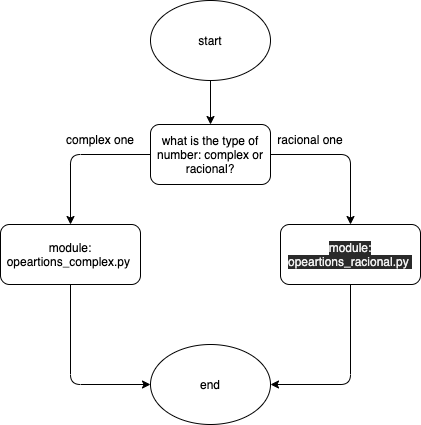
The draw.io diagram scheme_chooseTheType.png in misha1potapenko/PythonCalculator, before a commit. Source tidied: cells renumbered, new cells last; positions are measured from the earlier drawing's top-left corner, leaving out a move shared by most shapes. The source it was exported from:
```xml
<mxGraphModel background="#ffffff">
  <root>
    <mxCell id="0" />
    <mxCell id="1" parent="0" />
    <mxCell id="2" style="edgeStyle=none;html=1;" parent="1" edge="1" source="3" target="6">
      <mxGeometry relative="1" as="geometry" />
    </mxCell>
    <mxCell id="3" value="start" style="ellipse;whiteSpace=wrap;html=1;" parent="1" vertex="1">
      <mxGeometry x="150" width="120" height="80" as="geometry" />
    </mxCell>
    <mxCell id="4" style="edgeStyle=none;html=1;entryX=0.5;entryY=0;entryDx=0;entryDy=0;exitX=1;exitY=0.5;exitDx=0;exitDy=0;" parent="1" edge="1" source="6" target="8">
      <mxGeometry relative="1" as="geometry">
        <Array as="points">
          <mxPoint x="350" y="154" />
        </Array>
      </mxGeometry>
    </mxCell>
    <mxCell id="5" style="edgeStyle=none;html=1;entryX=0.5;entryY=0;entryDx=0;entryDy=0;exitX=0;exitY=0.5;exitDx=0;exitDy=0;" parent="1" edge="1" source="6" target="10">
      <mxGeometry relative="1" as="geometry">
        <Array as="points">
          <mxPoint x="70" y="154" />
        </Array>
      </mxGeometry>
    </mxCell>
    <mxCell id="6" value="what is the type of number: complex or racional?" style="rounded=1;whiteSpace=wrap;html=1;" parent="1" vertex="1">
      <mxGeometry x="150" y="124" width="120" height="60" as="geometry" />
    </mxCell>
    <mxCell id="7" style="edgeStyle=none;html=1;entryX=1;entryY=0.5;entryDx=0;entryDy=0;" parent="1" edge="1" source="8" target="13">
      <mxGeometry relative="1" as="geometry">
        <Array as="points">
          <mxPoint x="350" y="384" />
        </Array>
      </mxGeometry>
    </mxCell>
    <mxCell id="8" value="&lt;span style=&quot;color: rgb(240 , 240 , 240) ; font-family: &amp;#34;helvetica&amp;#34; ; font-size: 12px ; font-style: normal ; font-weight: 400 ; letter-spacing: normal ; text-align: center ; text-indent: 0px ; text-transform: none ; word-spacing: 0px ; background-color: rgb(42 , 42 , 42) ; display: inline ; float: none&quot;&gt;module: opeartions_racional.py&amp;nbsp;&lt;/span&gt;" style="rounded=1;whiteSpace=wrap;html=1;fontStyle=1;" parent="1" vertex="1">
      <mxGeometry x="280" y="224" width="140" height="60" as="geometry" />
    </mxCell>
    <mxCell id="9" style="edgeStyle=none;html=1;entryX=0;entryY=0.5;entryDx=0;entryDy=0;" parent="1" edge="1" source="10" target="13">
      <mxGeometry relative="1" as="geometry">
        <Array as="points">
          <mxPoint x="70" y="384" />
        </Array>
      </mxGeometry>
    </mxCell>
    <mxCell id="10" value="module: opeartions_complex.py&amp;nbsp;" style="rounded=1;whiteSpace=wrap;html=1;" parent="1" vertex="1">
      <mxGeometry y="224" width="140" height="60" as="geometry" />
    </mxCell>
    <mxCell id="11" value="racional one" style="text;html=1;strokeColor=none;fillColor=none;align=center;verticalAlign=middle;whiteSpace=wrap;rounded=0;" parent="1" vertex="1">
      <mxGeometry x="270" y="124" width="80" height="30" as="geometry" />
    </mxCell>
    <mxCell id="12" value="complex one" style="text;html=1;strokeColor=none;fillColor=none;align=center;verticalAlign=middle;whiteSpace=wrap;rounded=0;" parent="1" vertex="1">
      <mxGeometry x="60" y="124" width="80" height="30" as="geometry" />
    </mxCell>
    <mxCell id="13" value="end" style="ellipse;whiteSpace=wrap;html=1;" parent="1" vertex="1">
      <mxGeometry x="150" y="344" width="120" height="80" as="geometry" />
    </mxCell>
  </root>
</mxGraphModel>
```
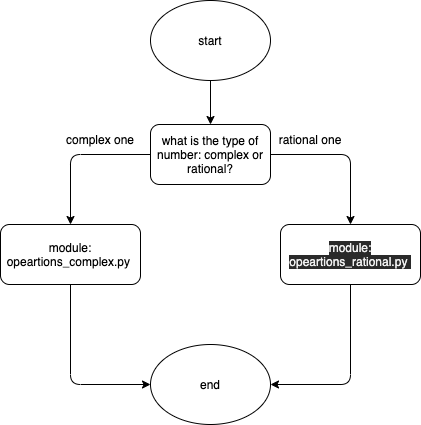
The same file after the commit.

Commit message:
change the one scheme and the title

What changed in the source:
```diff
@@ -22,7 +22,7 @@
         </Array>
       </mxGeometry>
     </mxCell>
-    <mxCell id="6" value="what is the type of number: complex or racional?" style="rounded=1;whiteSpace=wrap;html=1;" parent="1" vertex="1">
+    <mxCell id="6" value="what is the type of number: complex or rational?" style="rounded=1;whiteSpace=wrap;html=1;" parent="1" vertex="1">
       <mxGeometry x="150" y="124" width="120" height="60" as="geometry" />
     </mxCell>
     <mxCell id="7" style="edgeStyle=none;html=1;entryX=1;entryY=0.5;entryDx=0;entryDy=0;" parent="1" edge="1" source="8" target="13">
@@ -32,7 +32,7 @@
         </Array>
       </mxGeometry>
     </mxCell>
-    <mxCell id="8" value="&lt;span style=&quot;color: rgb(240 , 240 , 240) ; font-family: &amp;#34;helvetica&amp;#34; ; font-size: 12px ; font-style: normal ; font-weight: 400 ; letter-spacing: normal ; text-align: center ; text-indent: 0px ; text-transform: none ; word-spacing: 0px ; background-color: rgb(42 , 42 , 42) ; display: inline ; float: none&quot;&gt;module: opeartions_racional.py&amp;nbsp;&lt;/span&gt;" style="rounded=1;whiteSpace=wrap;html=1;fontStyle=1;" parent="1" vertex="1">
+    <mxCell id="8" value="&lt;span style=&quot;color: rgb(240 , 240 , 240) ; font-family: &amp;#34;helvetica&amp;#34; ; font-size: 12px ; font-style: normal ; font-weight: 400 ; letter-spacing: normal ; text-align: center ; text-indent: 0px ; text-transform: none ; word-spacing: 0px ; background-color: rgb(42 , 42 , 42) ; display: inline ; float: none&quot;&gt;module: opeartions_rational.py&amp;nbsp;&lt;/span&gt;" style="rounded=1;whiteSpace=wrap;html=1;fontStyle=1;" parent="1" vertex="1">
       <mxGeometry x="280" y="224" width="140" height="60" as="geometry" />
     </mxCell>
     <mxCell id="9" style="edgeStyle=none;html=1;entryX=0;entryY=0.5;entryDx=0;entryDy=0;" parent="1" edge="1" source="10" target="13">
@@ -45,7 +45,7 @@
     <mxCell id="10" value="module: opeartions_complex.py&amp;nbsp;" style="rounded=1;whiteSpace=wrap;html=1;" parent="1" vertex="1">
       <mxGeometry y="224" width="140" height="60" as="geometry" />
     </mxCell>
-    <mxCell id="11" value="racional one" style="text;html=1;strokeColor=none;fillColor=none;align=center;verticalAlign=middle;whiteSpace=wrap;rounded=0;" parent="1" vertex="1">
+    <mxCell id="11" value="rational one" style="text;html=1;strokeColor=none;fillColor=none;align=center;verticalAlign=middle;whiteSpace=wrap;rounded=0;" parent="1" vertex="1">
       <mxGeometry x="270" y="124" width="80" height="30" as="geometry" />
     </mxCell>
     <mxCell id="12" value="complex one" style="text;html=1;strokeColor=none;fillColor=none;align=center;verticalAlign=middle;whiteSpace=wrap;rounded=0;" parent="1" vertex="1">
```
